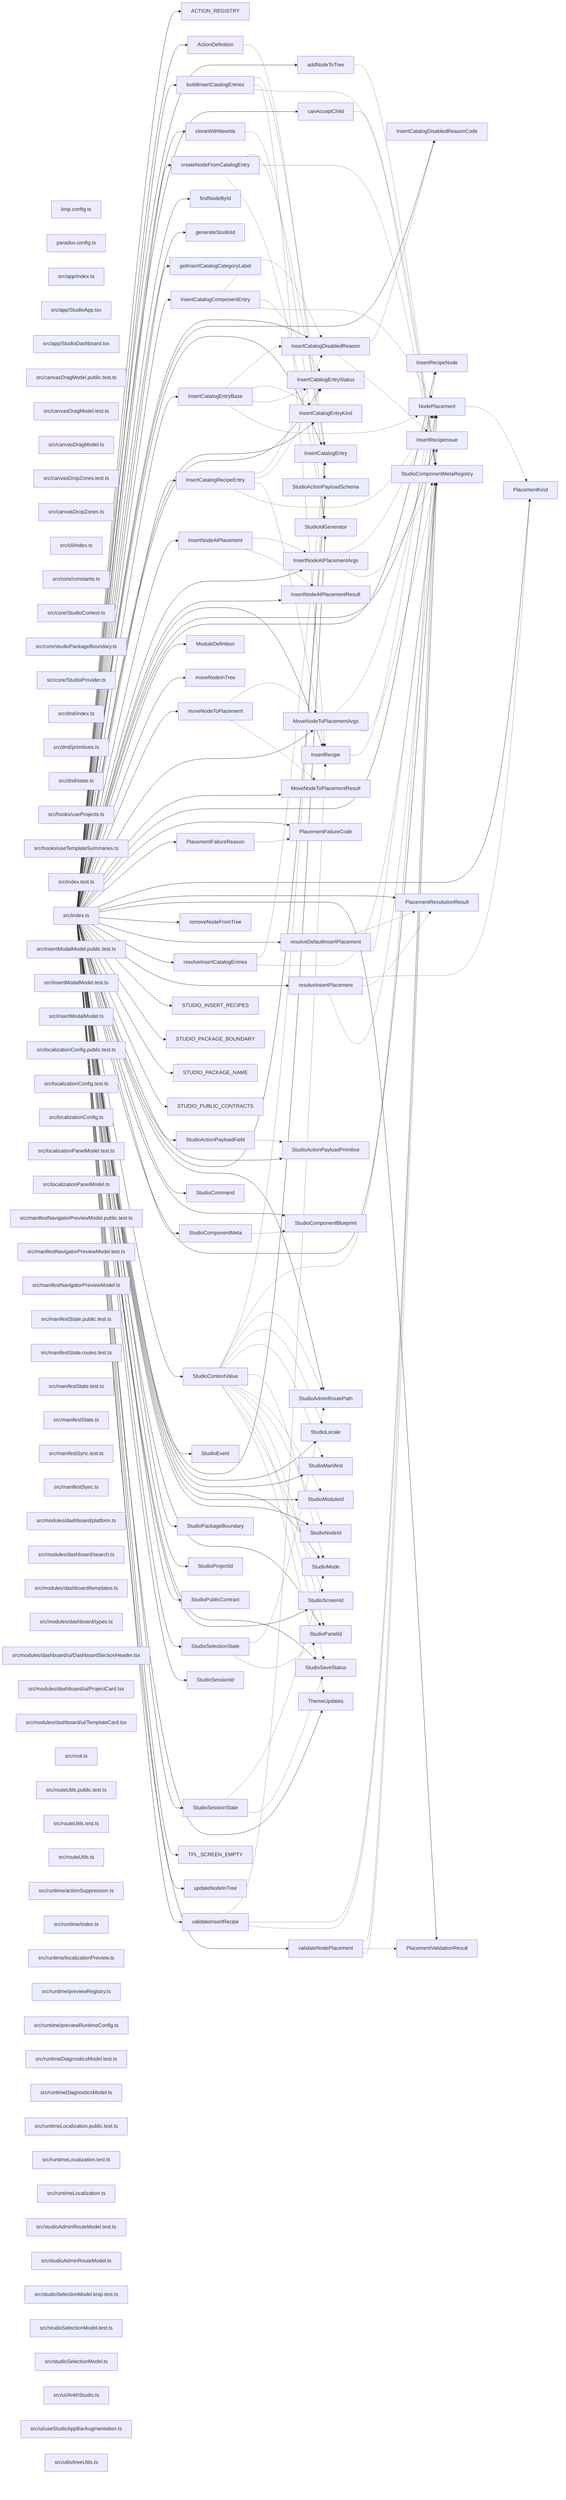
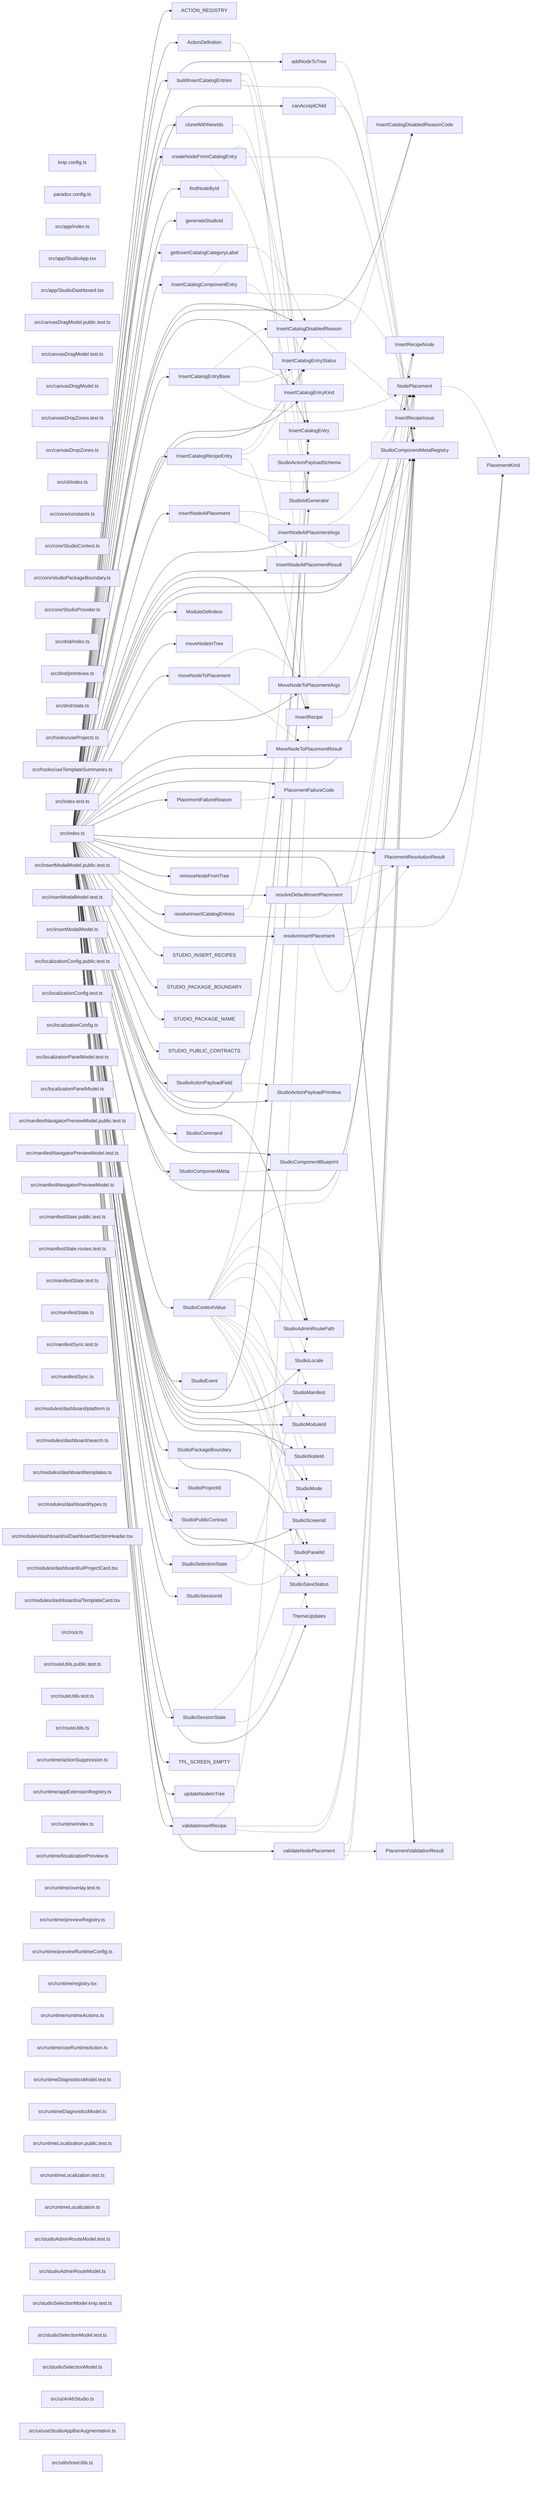
graph LR
  module_knip_config_ts["knip.config.ts"]
  module_paradox_config_ts["paradox.config.ts"]
  module_src_app_index_ts["src/app/index.ts"]
  module_src_app_StudioApp_tsx["src/app/StudioApp.tsx"]
  module_src_app_StudioDashboard_tsx["src/app/StudioDashboard.tsx"]
  module_src_canvasDragModel_public_test_ts["src/canvasDragModel.public.test.ts"]
  module_src_canvasDragModel_test_ts["src/canvasDragModel.test.ts"]
  module_src_canvasDragModel_ts["src/canvasDragModel.ts"]
  module_src_canvasDropZones_test_ts["src/canvasDropZones.test.ts"]
  module_src_canvasDropZones_ts["src/canvasDropZones.ts"]
  module_src_cli_index_ts["src/cli/index.ts"]
  module_src_core_constants_ts["src/core/constants.ts"]
  module_src_core_StudioContext_ts["src/core/StudioContext.ts"]
  module_src_core_studioPackageBoundary_ts["src/core/studioPackageBoundary.ts"]
  module_src_core_StudioProvider_ts["src/core/StudioProvider.ts"]
  module_src_dnd_index_ts["src/dnd/index.ts"]
  module_src_dnd_primitives_ts["src/dnd/primitives.ts"]
  module_src_dnd_state_ts["src/dnd/state.ts"]
  module_src_hooks_useProjects_ts["src/hooks/useProjects.ts"]
  module_src_hooks_useTemplateSummaries_ts["src/hooks/useTemplateSummaries.ts"]
  module_src_index_test_ts["src/index.test.ts"]
  module_src_index_ts["src/index.ts"]
  module_src_insertModalModel_public_test_ts["src/insertModalModel.public.test.ts"]
  module_src_insertModalModel_test_ts["src/insertModalModel.test.ts"]
  module_src_insertModalModel_ts["src/insertModalModel.ts"]
  module_src_localizationConfig_public_test_ts["src/localizationConfig.public.test.ts"]
  module_src_localizationConfig_test_ts["src/localizationConfig.test.ts"]
  module_src_localizationConfig_ts["src/localizationConfig.ts"]
  module_src_localizationPanelModel_test_ts["src/localizationPanelModel.test.ts"]
  module_src_localizationPanelModel_ts["src/localizationPanelModel.ts"]
  module_src_manifestNavigatorPreviewModel_public_test_ts["src/manifestNavigatorPreviewModel.public.test.ts"]
  module_src_manifestNavigatorPreviewModel_test_ts["src/manifestNavigatorPreviewModel.test.ts"]
  module_src_manifestNavigatorPreviewModel_ts["src/manifestNavigatorPreviewModel.ts"]
  module_src_manifestState_public_test_ts["src/manifestState.public.test.ts"]
  module_src_manifestState_routes_test_ts["src/manifestState.routes.test.ts"]
  module_src_manifestState_test_ts["src/manifestState.test.ts"]
  module_src_manifestState_ts["src/manifestState.ts"]
  module_src_manifestSync_test_ts["src/manifestSync.test.ts"]
  module_src_manifestSync_ts["src/manifestSync.ts"]
  module_src_modules_dashboard_platform_ts["src/modules/dashboard/platform.ts"]
  module_src_modules_dashboard_search_ts["src/modules/dashboard/search.ts"]
  module_src_modules_dashboard_templates_ts["src/modules/dashboard/templates.ts"]
  module_src_modules_dashboard_types_ts["src/modules/dashboard/types.ts"]
  module_src_modules_dashboard_ui_DashboardSectionHeader_tsx["src/modules/dashboard/ui/DashboardSectionHeader.tsx"]
  module_src_modules_dashboard_ui_ProjectCard_tsx["src/modules/dashboard/ui/ProjectCard.tsx"]
  module_src_modules_dashboard_ui_TemplateCard_tsx["src/modules/dashboard/ui/TemplateCard.tsx"]
  module_src_root_ts["src/root.ts"]
  module_src_routeUtils_public_test_ts["src/routeUtils.public.test.ts"]
  module_src_routeUtils_test_ts["src/routeUtils.test.ts"]
  module_src_routeUtils_ts["src/routeUtils.ts"]
  module_src_runtime_actionSuppression_ts["src/runtime/actionSuppression.ts"]
+   module_src_runtime_appExtensionRegistry_ts["src/runtime/appExtensionRegistry.ts"]
  module_src_runtime_index_ts["src/runtime/index.ts"]
  module_src_runtime_localizationPreview_ts["src/runtime/localizationPreview.ts"]
+   module_src_runtime_overlay_test_ts["src/runtime/overlay.test.ts"]
  module_src_runtime_previewRegistry_ts["src/runtime/previewRegistry.ts"]
  module_src_runtime_previewRuntimeConfig_ts["src/runtime/previewRuntimeConfig.ts"]
+   module_src_runtime_registry_tsx["src/runtime/registry.tsx"]
+   module_src_runtime_runtimeActions_ts["src/runtime/runtimeActions.ts"]
+   module_src_runtime_useRuntimeAction_ts["src/runtime/useRuntimeAction.ts"]
  module_src_runtimeDiagnosticsModel_test_ts["src/runtimeDiagnosticsModel.test.ts"]
  module_src_runtimeDiagnosticsModel_ts["src/runtimeDiagnosticsModel.ts"]
  module_src_runtimeLocalization_public_test_ts["src/runtimeLocalization.public.test.ts"]
  module_src_runtimeLocalization_test_ts["src/runtimeLocalization.test.ts"]
  module_src_runtimeLocalization_ts["src/runtimeLocalization.ts"]
  module_src_studioAdminRouteModel_test_ts["src/studioAdminRouteModel.test.ts"]
  module_src_studioAdminRouteModel_ts["src/studioAdminRouteModel.ts"]
  module_src_studioSelectionModel_knip_test_ts["src/studioSelectionModel.knip.test.ts"]
  module_src_studioSelectionModel_test_ts["src/studioSelectionModel.test.ts"]
  module_src_studioSelectionModel_ts["src/studioSelectionModel.ts"]
  module_src_ui_AnkhStudio_ts["src/ui/AnkhStudio.ts"]
  module_src_ui_useStudioAppBarAugmentation_ts["src/ui/useStudioAppBarAugmentation.ts"]
  module_src_utils_treeUtils_ts["src/utils/treeUtils.ts"]
  export_ACTION_REGISTRY["ACTION_REGISTRY"]
  module_src_index_ts --> export_ACTION_REGISTRY
  export_ActionDefinition["ActionDefinition"]
  module_src_index_ts --> export_ActionDefinition
  export_ActionDefinition -.-> export_StudioActionPayloadSchema
  export_addNodeToTree["addNodeToTree"]
  module_src_index_ts --> export_addNodeToTree
  export_addNodeToTree -.-> export_StudioComponentMetaRegistry
  export_buildInsertCatalogEntries["buildInsertCatalogEntries"]
  module_src_index_ts --> export_buildInsertCatalogEntries
  export_buildInsertCatalogEntries -.-> export_InsertCatalogEntry
  export_buildInsertCatalogEntries -.-> export_InsertRecipe
  export_buildInsertCatalogEntries -.-> export_StudioComponentMetaRegistry
  export_canAcceptChild["canAcceptChild"]
  module_src_index_ts --> export_canAcceptChild
  export_canAcceptChild -.-> export_StudioComponentMetaRegistry
  export_cloneWithNewIds["cloneWithNewIds"]
  module_src_index_ts --> export_cloneWithNewIds
  export_cloneWithNewIds -.-> export_StudioIdGenerator
  export_createNodeFromCatalogEntry["createNodeFromCatalogEntry"]
  module_src_index_ts --> export_createNodeFromCatalogEntry
  export_createNodeFromCatalogEntry -.-> export_InsertCatalogEntry
  export_createNodeFromCatalogEntry -.-> export_StudioComponentMetaRegistry
  export_createNodeFromCatalogEntry -.-> export_StudioIdGenerator
  export_findNodeById["findNodeById"]
  module_src_index_ts --> export_findNodeById
  export_generateStudioId["generateStudioId"]
  module_src_index_ts --> export_generateStudioId
  export_getInsertCatalogCategoryLabel["getInsertCatalogCategoryLabel"]
  module_src_index_ts --> export_getInsertCatalogCategoryLabel
  export_InsertCatalogComponentEntry["InsertCatalogComponentEntry"]
  module_src_index_ts --> export_InsertCatalogComponentEntry
  export_InsertCatalogComponentEntry -.-> export_InsertCatalogDisabledReason
  export_InsertCatalogComponentEntry -.-> export_InsertCatalogEntryStatus
  export_InsertCatalogComponentEntry -.-> export_NodePlacement
  export_InsertCatalogDisabledReason["InsertCatalogDisabledReason"]
  module_src_index_ts --> export_InsertCatalogDisabledReason
  export_InsertCatalogDisabledReason -.-> export_InsertCatalogDisabledReasonCode
  export_InsertCatalogDisabledReason -.-> export_InsertRecipeIssue
  export_InsertCatalogDisabledReasonCode["InsertCatalogDisabledReasonCode"]
  module_src_index_ts --> export_InsertCatalogDisabledReasonCode
  export_InsertCatalogEntry["InsertCatalogEntry"]
  module_src_index_ts --> export_InsertCatalogEntry
  export_InsertCatalogEntryBase["InsertCatalogEntryBase"]
  module_src_index_ts --> export_InsertCatalogEntryBase
  export_InsertCatalogEntryBase -.-> export_InsertCatalogDisabledReason
  export_InsertCatalogEntryBase -.-> export_InsertCatalogEntryKind
  export_InsertCatalogEntryBase -.-> export_InsertCatalogEntryStatus
  export_InsertCatalogEntryBase -.-> export_NodePlacement
  export_InsertCatalogEntryKind["InsertCatalogEntryKind"]
  module_src_index_ts --> export_InsertCatalogEntryKind
  export_InsertCatalogEntryStatus["InsertCatalogEntryStatus"]
  module_src_index_ts --> export_InsertCatalogEntryStatus
  export_InsertCatalogRecipeEntry["InsertCatalogRecipeEntry"]
  module_src_index_ts --> export_InsertCatalogRecipeEntry
  export_InsertCatalogRecipeEntry -.-> export_InsertCatalogDisabledReason
  export_InsertCatalogRecipeEntry -.-> export_InsertCatalogEntryStatus
  export_InsertCatalogRecipeEntry -.-> export_InsertRecipe
  export_InsertCatalogRecipeEntry -.-> export_NodePlacement
  export_insertNodeAtPlacement["insertNodeAtPlacement"]
  module_src_index_ts --> export_insertNodeAtPlacement
  export_insertNodeAtPlacement -.-> export_InsertNodeAtPlacementArgs
  export_insertNodeAtPlacement -.-> export_InsertNodeAtPlacementResult
  export_InsertNodeAtPlacementArgs["InsertNodeAtPlacementArgs"]
  module_src_index_ts --> export_InsertNodeAtPlacementArgs
  export_InsertNodeAtPlacementArgs -.-> export_NodePlacement
  export_InsertNodeAtPlacementArgs -.-> export_StudioComponentMetaRegistry
  export_InsertNodeAtPlacementResult["InsertNodeAtPlacementResult"]
  module_src_index_ts --> export_InsertNodeAtPlacementResult
  export_InsertRecipe["InsertRecipe"]
  module_src_index_ts --> export_InsertRecipe
  export_InsertRecipe -.-> export_InsertRecipeNode
  export_InsertRecipeIssue["InsertRecipeIssue"]
  module_src_index_ts --> export_InsertRecipeIssue
  export_InsertRecipeNode["InsertRecipeNode"]
  module_src_index_ts --> export_InsertRecipeNode
  export_ModuleDefinition["ModuleDefinition"]
  module_src_index_ts --> export_ModuleDefinition
  export_moveNodeInTree["moveNodeInTree"]
  module_src_index_ts --> export_moveNodeInTree
  export_moveNodeToPlacement["moveNodeToPlacement"]
  module_src_index_ts --> export_moveNodeToPlacement
  export_moveNodeToPlacement -.-> export_MoveNodeToPlacementArgs
  export_moveNodeToPlacement -.-> export_MoveNodeToPlacementResult
  export_MoveNodeToPlacementArgs["MoveNodeToPlacementArgs"]
  module_src_index_ts --> export_MoveNodeToPlacementArgs
  export_MoveNodeToPlacementArgs -.-> export_NodePlacement
  export_MoveNodeToPlacementArgs -.-> export_StudioComponentMetaRegistry
  export_MoveNodeToPlacementResult["MoveNodeToPlacementResult"]
  module_src_index_ts --> export_MoveNodeToPlacementResult
  export_NodePlacement["NodePlacement"]
  module_src_index_ts --> export_NodePlacement
  export_NodePlacement -.-> export_PlacementKind
  export_PlacementFailureCode["PlacementFailureCode"]
  module_src_index_ts --> export_PlacementFailureCode
  export_PlacementFailureReason["PlacementFailureReason"]
  module_src_index_ts --> export_PlacementFailureReason
  export_PlacementFailureReason -.-> export_PlacementFailureCode
  export_PlacementKind["PlacementKind"]
  module_src_index_ts --> export_PlacementKind
  export_PlacementResolutionResult["PlacementResolutionResult"]
  module_src_index_ts --> export_PlacementResolutionResult
  export_PlacementValidationResult["PlacementValidationResult"]
  module_src_index_ts --> export_PlacementValidationResult
  export_removeNodeFromTree["removeNodeFromTree"]
  module_src_index_ts --> export_removeNodeFromTree
  export_resolveDefaultInsertPlacement["resolveDefaultInsertPlacement"]
  module_src_index_ts --> export_resolveDefaultInsertPlacement
  export_resolveDefaultInsertPlacement -.-> export_PlacementResolutionResult
  export_resolveDefaultInsertPlacement -.-> export_StudioComponentMetaRegistry
  export_resolveInsertCatalogEntries["resolveInsertCatalogEntries"]
  module_src_index_ts --> export_resolveInsertCatalogEntries
  export_resolveInsertCatalogEntries -.-> export_InsertCatalogEntry
  export_resolveInsertCatalogEntries -.-> export_StudioComponentMetaRegistry
  export_resolveInsertPlacement["resolveInsertPlacement"]
  module_src_index_ts --> export_resolveInsertPlacement
  export_resolveInsertPlacement -.-> export_PlacementKind
  export_resolveInsertPlacement -.-> export_PlacementResolutionResult
  export_resolveInsertPlacement -.-> export_StudioComponentMetaRegistry
  export_STUDIO_INSERT_RECIPES["STUDIO_INSERT_RECIPES"]
  module_src_index_ts --> export_STUDIO_INSERT_RECIPES
  export_STUDIO_PACKAGE_BOUNDARY["STUDIO_PACKAGE_BOUNDARY"]
  module_src_index_ts --> export_STUDIO_PACKAGE_BOUNDARY
  export_STUDIO_PACKAGE_NAME["STUDIO_PACKAGE_NAME"]
  module_src_index_ts --> export_STUDIO_PACKAGE_NAME
  export_STUDIO_PUBLIC_CONTRACTS["STUDIO_PUBLIC_CONTRACTS"]
  module_src_index_ts --> export_STUDIO_PUBLIC_CONTRACTS
  export_StudioActionPayloadField["StudioActionPayloadField"]
  module_src_index_ts --> export_StudioActionPayloadField
  export_StudioActionPayloadField -.-> export_StudioActionPayloadPrimitive
  export_StudioActionPayloadPrimitive["StudioActionPayloadPrimitive"]
  module_src_index_ts --> export_StudioActionPayloadPrimitive
  export_StudioActionPayloadSchema["StudioActionPayloadSchema"]
  module_src_index_ts --> export_StudioActionPayloadSchema
  export_StudioAdminRoutePath["StudioAdminRoutePath"]
  module_src_index_ts --> export_StudioAdminRoutePath
  export_StudioCommand["StudioCommand"]
  module_src_index_ts --> export_StudioCommand
  export_StudioComponentBlueprint["StudioComponentBlueprint"]
  module_src_index_ts --> export_StudioComponentBlueprint
  export_StudioComponentMeta["StudioComponentMeta"]
  module_src_index_ts --> export_StudioComponentMeta
  export_StudioComponentMeta -.-> export_StudioComponentBlueprint
  export_StudioComponentMetaRegistry["StudioComponentMetaRegistry"]
  module_src_index_ts --> export_StudioComponentMetaRegistry
  export_StudioContextValue["StudioContextValue"]
  module_src_index_ts --> export_StudioContextValue
  export_StudioContextValue -.-> export_InsertCatalogEntry
  export_StudioContextValue -.-> export_NodePlacement
  export_StudioContextValue -.-> export_StudioAdminRoutePath
  export_StudioContextValue -.-> export_StudioLocale
  export_StudioContextValue -.-> export_StudioManifest
  export_StudioContextValue -.-> export_StudioMode
  export_StudioContextValue -.-> export_StudioModuleId
  export_StudioContextValue -.-> export_StudioNodeId
  export_StudioContextValue -.-> export_StudioPanelId
  export_StudioContextValue -.-> export_StudioSaveStatus
  export_StudioContextValue -.-> export_StudioScreenId
  export_StudioContextValue -.-> export_ThemeUpdates
  export_StudioEvent["StudioEvent"]
  module_src_index_ts --> export_StudioEvent
  export_StudioIdGenerator["StudioIdGenerator"]
  module_src_index_ts --> export_StudioIdGenerator
  export_StudioLocale["StudioLocale"]
  module_src_index_ts --> export_StudioLocale
  export_StudioManifest["StudioManifest"]
  module_src_index_ts --> export_StudioManifest
  export_StudioMode["StudioMode"]
  module_src_index_ts --> export_StudioMode
  export_StudioModuleId["StudioModuleId"]
  module_src_index_ts --> export_StudioModuleId
  export_StudioNodeId["StudioNodeId"]
  module_src_index_ts --> export_StudioNodeId
  export_StudioPackageBoundary["StudioPackageBoundary"]
  module_src_index_ts --> export_StudioPackageBoundary
  export_StudioPanelId["StudioPanelId"]
  module_src_index_ts --> export_StudioPanelId
  export_StudioProjectId["StudioProjectId"]
  module_src_index_ts --> export_StudioProjectId
  export_StudioPublicContract["StudioPublicContract"]
  module_src_index_ts --> export_StudioPublicContract
  export_StudioSaveStatus["StudioSaveStatus"]
  module_src_index_ts --> export_StudioSaveStatus
  export_StudioScreenId["StudioScreenId"]
  module_src_index_ts --> export_StudioScreenId
  export_StudioSelectionState["StudioSelectionState"]
  module_src_index_ts --> export_StudioSelectionState
  export_StudioSelectionState -.-> export_StudioAdminRoutePath
  export_StudioSelectionState -.-> export_StudioPanelId
  export_StudioSessionId["StudioSessionId"]
  module_src_index_ts --> export_StudioSessionId
  export_StudioSessionState["StudioSessionState"]
  module_src_index_ts --> export_StudioSessionState
  export_StudioSessionState -.-> export_StudioMode
  export_StudioSessionState -.-> export_StudioSaveStatus
  export_ThemeUpdates["ThemeUpdates"]
  module_src_index_ts --> export_ThemeUpdates
  export_TPL_SCREEN_EMPTY["TPL_SCREEN_EMPTY"]
  module_src_index_ts --> export_TPL_SCREEN_EMPTY
  export_updateNodeInTree["updateNodeInTree"]
  module_src_index_ts --> export_updateNodeInTree
  export_validateInsertRecipe["validateInsertRecipe"]
  module_src_index_ts --> export_validateInsertRecipe
  export_validateInsertRecipe -.-> export_InsertRecipe
  export_validateInsertRecipe -.-> export_InsertRecipeIssue
  export_validateInsertRecipe -.-> export_StudioComponentMetaRegistry
  export_validateNodePlacement["validateNodePlacement"]
  module_src_index_ts --> export_validateNodePlacement
  export_validateNodePlacement -.-> export_NodePlacement
  export_validateNodePlacement -.-> export_PlacementValidationResult
  export_validateNodePlacement -.-> export_StudioComponentMetaRegistry
